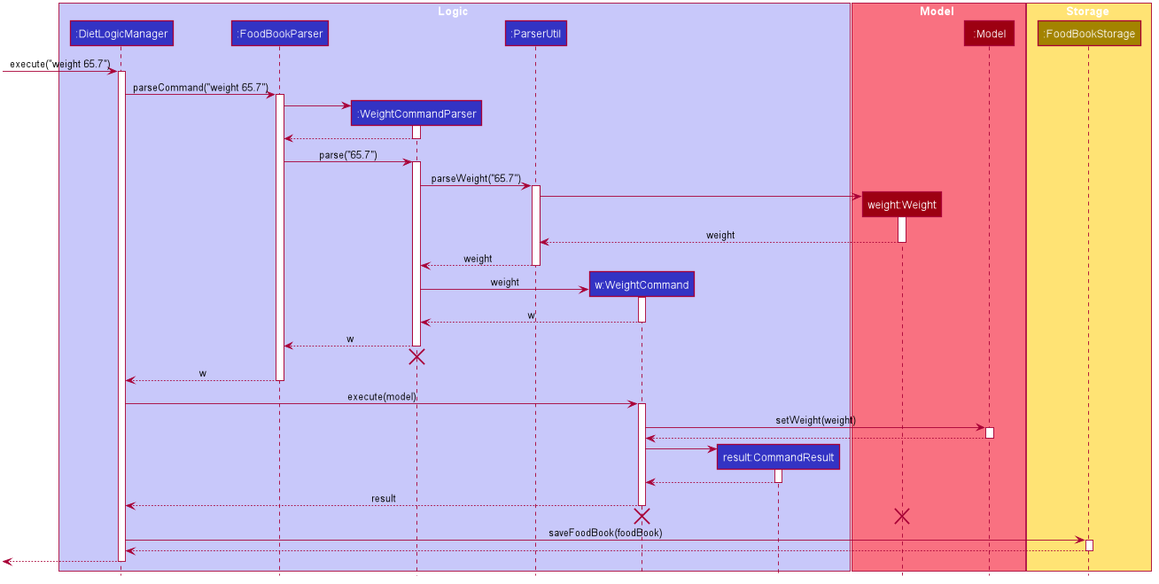
Above: images/DietTrackerWeightCommandSequenceDiagram.png in AY1920S2-CS2103T-W13-1/main (PlantUML), before the change.
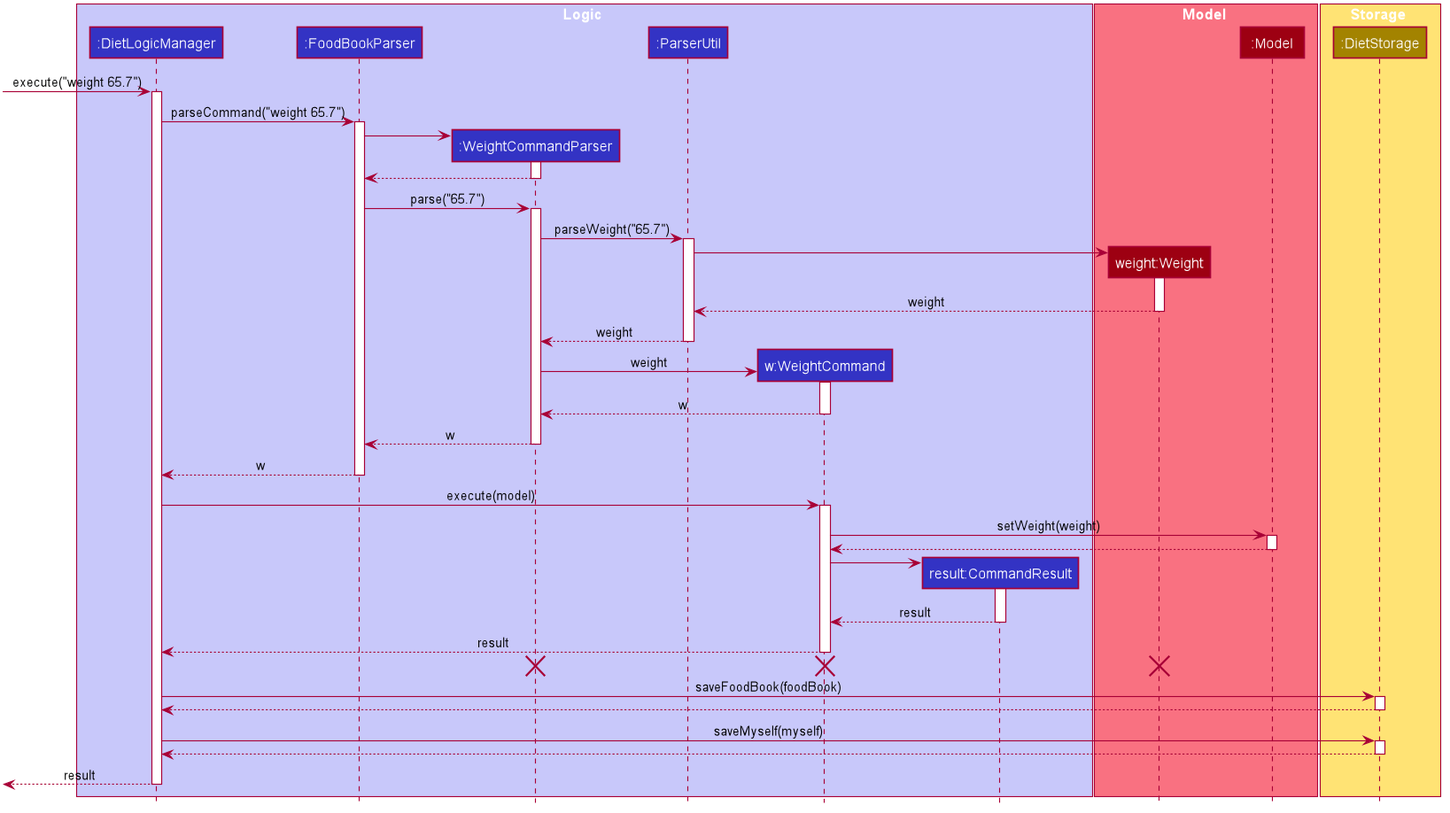
Later version of the same file.

Change to the diagram source:
```diff
@@ -64,7 +64,7 @@
 end box
 
 box Storage #FFE374
-participant ":FoodBookStorage" as FoodBookStorage #A38300
+participant ":DietStorage" as FoodBookStorage #A38300
 end box
 
 [-> LogicManager : execute("weight 65.7")
@@ -106,8 +106,6 @@
 
 WeightCommandParser --> FoodBookParser : w
 deactivate WeightCommandParser
-WeightCommandParser -[hidden]-> FoodBookParser
-destroy WeightCommandParser
 
 FoodBookParser --> LogicManager : w
 deactivate FoodBookParser
@@ -125,7 +123,7 @@
 WeightCommand -> CommandResult
 activate CommandResult
 
-CommandResult --> WeightCommand
+CommandResult --> WeightCommand : result
 deactivate CommandResult
 
 WeightCommand --> LogicManager : result
@@ -134,6 +132,7 @@
 WeightCommand -[hidden]-> LogicManager
 destroy WeightCommand
 destroy WeightWeight
+destroy WeightCommandParser
 
 LogicManager -> FoodBookStorage : saveFoodBook(foodBook)
 activate FoodBookStorage
@@ -141,6 +140,12 @@
 FoodBookStorage --> LogicManager
 deactivate FoodBookStorage
 
-[<--LogicManager
+LogicManager -> FoodBookStorage : saveMyself(myself)
+activate FoodBookStorage
+
+FoodBookStorage --> LogicManager
+deactivate FoodBookStorage
+
+[<--LogicManager : result
 deactivate LogicManager
 @enduml
```
